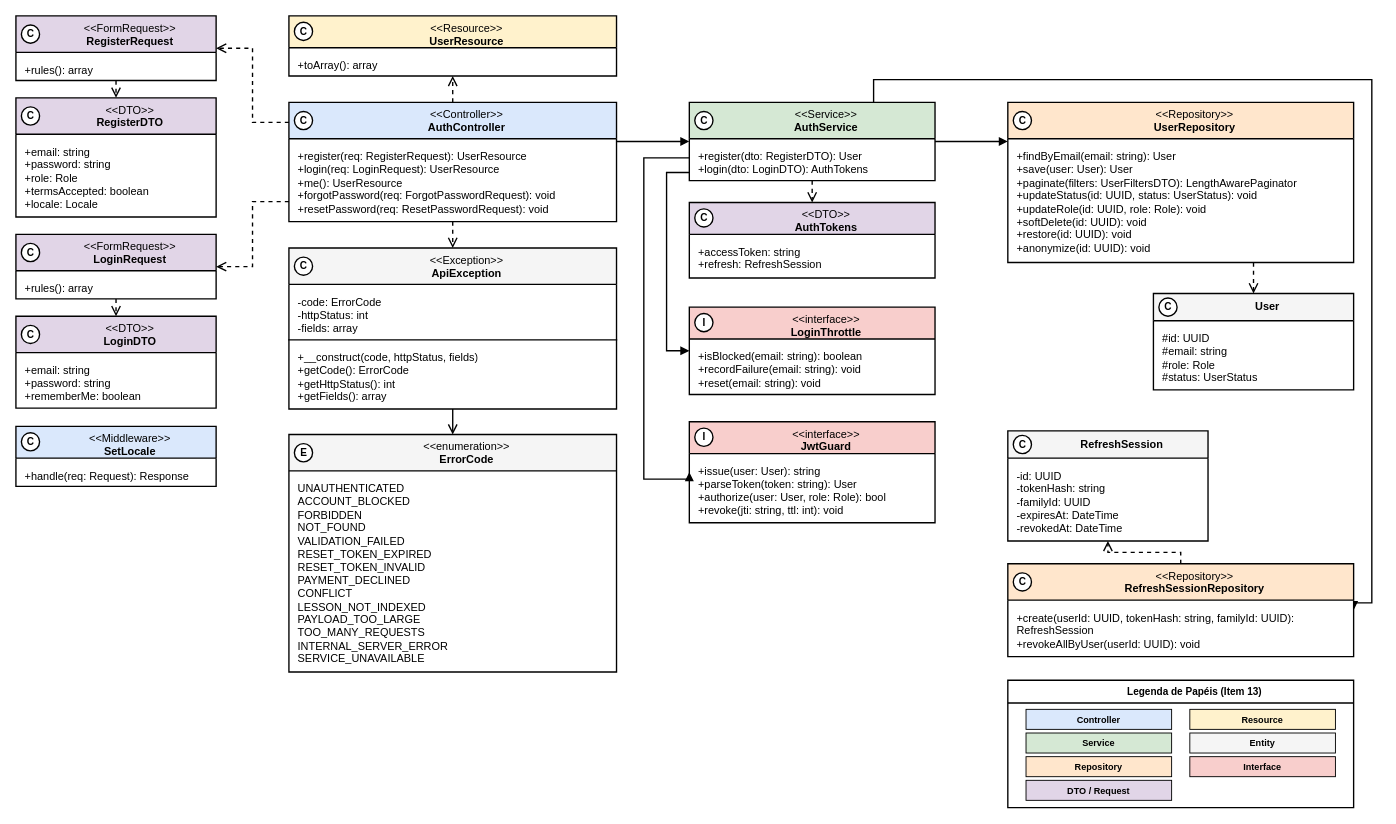
The draw.io diagram especificacao/diagramas/13-classes-area-a-implementacao-login.drawio in Plataforma-de-Cursos-TCC/plataforma-cursos-docs, before the edit. Source tidied: cells renumbered, new cells numbered last; positions are measured from the earlier drawing's top-left corner, leaving out a move shared by most shapes. Both pictures are drawn from the tidied source at 91%, with x=0, y=0 at pixel (15, 15).
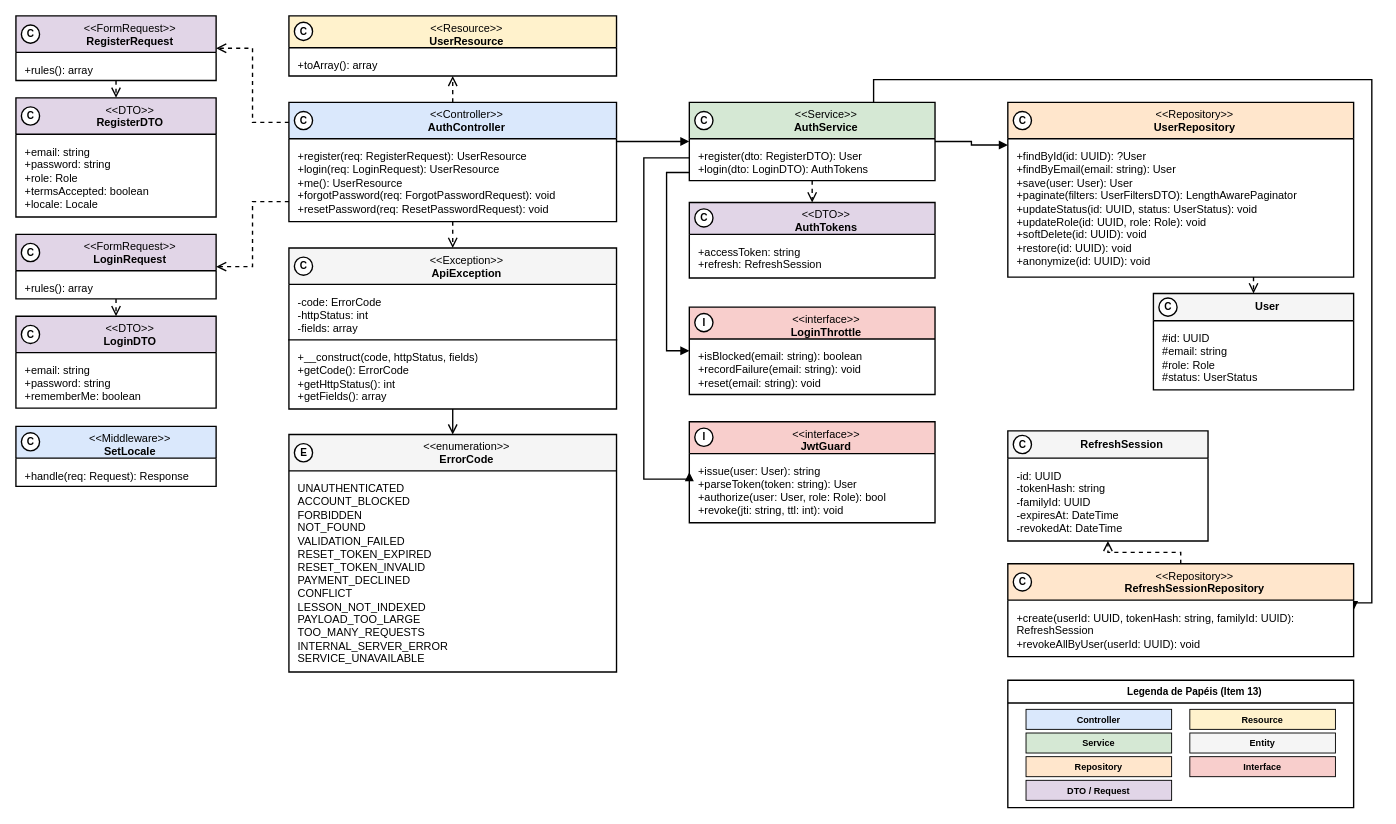
Above is the later version.

Commit message (it also covers changes not shown here):
fix(especificacao): fix entity attributes, repository methods, and sql in area A

What changed in the source:
```diff
@@
     <mxCell id="29" value="&amp;lt;&amp;lt;Repository&amp;gt;&amp;gt;&lt;br&gt;&lt;b&gt;UserRepository&lt;/b&gt;" style="swimlane;html=1;fontStyle=0;align=center;verticalAlign=top;startSize=40;fillColor=#FFE6CC;swimlaneFillColor=#FFFFFF;strokeColor=#000000;strokeWidth=1.5;fontFamily=Helvetica;fontSize=12;fontColor=#000000;rounded=0;spacingLeft=30;" parent="1" vertex="1">
-      <mxGeometry x="1090" y="95" width="380" height="176" as="geometry" />
+      <mxGeometry x="1090" y="95" width="380" height="192" as="geometry" />
     </mxCell>
-    <mxCell id="30" value="+findByEmail(email: string): User&lt;br&gt;+save(user: User): User&lt;br&gt;+paginate(filters: UserFiltersDTO): LengthAwarePaginator&lt;br&gt;+updateStatus(id: UUID, status: UserStatus): void&lt;br&gt;+updateRole(id: UUID, role: Role): void&lt;br&gt;+softDelete(id: UUID): void&lt;br&gt;+restore(id: UUID): void&lt;br&gt;+anonymize(id: UUID): void" style="text;html=1;align=left;verticalAlign=top;spacingLeft=8;spacingRight=8;spacingTop=6;fontSize=12;fontFamily=Helvetica;fontColor=#000000;strokeColor=none;fillColor=none;whiteSpace=wrap;" parent="29" vertex="1">
-      <mxGeometry y="40" width="380" height="136" as="geometry" />
+    <mxCell id="30" value="+findById(id: UUID): ?User&lt;br&gt;+findByEmail(email: string): User&lt;br&gt;+save(user: User): User&lt;br&gt;+paginate(filters: UserFiltersDTO): LengthAwarePaginator&lt;br&gt;+updateStatus(id: UUID, status: UserStatus): void&lt;br&gt;+updateRole(id: UUID, role: Role): void&lt;br&gt;+softDelete(id: UUID): void&lt;br&gt;+restore(id: UUID): void&lt;br&gt;+anonymize(id: UUID): void" style="text;html=1;align=left;verticalAlign=top;spacingLeft=8;spacingRight=8;spacingTop=6;fontSize=12;fontFamily=Helvetica;fontColor=#000000;strokeColor=none;fillColor=none;whiteSpace=wrap;" parent="29" vertex="1">
+      <mxGeometry y="40" width="380" height="152" as="geometry" />
     </mxCell>
```
